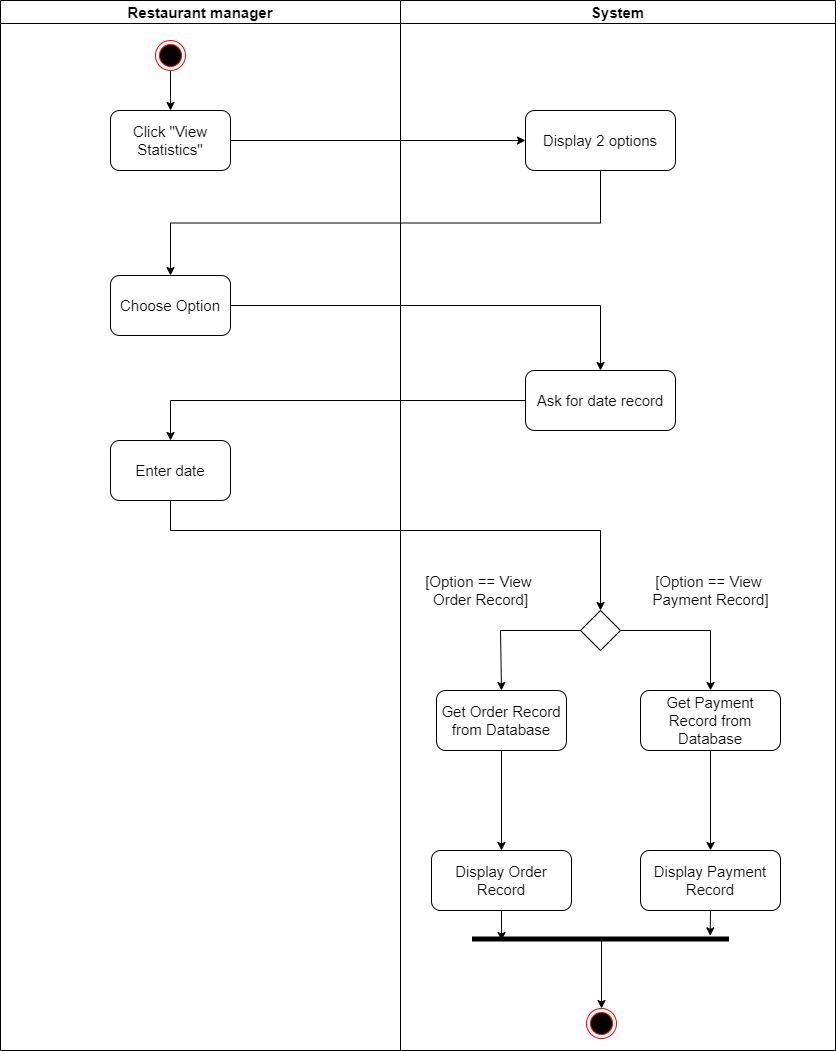
phuc16/CNPM keeps this draw.io diagram as Task 2/Task 2.1/View-statistic Activity.png. Above is the earlier version. Source tidied: cells renumbered, new cells last; positions are measured from the earlier drawing's top-left corner, leaving out a move shared by most shapes. Source of this version:
```xml
<mxGraphModel>
  <root>
    <mxCell id="0" />
    <mxCell id="1" parent="0" />
    <mxCell id="2" value="System" style="swimlane;fontSize=15;" parent="1" vertex="1">
      <mxGeometry x="400" width="435" height="1050" as="geometry" />
    </mxCell>
    <mxCell id="3" value="Display 2 options" style="rounded=1;whiteSpace=wrap;html=1;fontSize=15;" parent="2" vertex="1">
      <mxGeometry x="125" y="110" width="150" height="60" as="geometry" />
    </mxCell>
    <mxCell id="4" value="Ask for date record" style="rounded=1;whiteSpace=wrap;html=1;fontSize=15;" parent="2" vertex="1">
      <mxGeometry x="125" y="370" width="150" height="60" as="geometry" />
    </mxCell>
    <mxCell id="5" style="edgeStyle=orthogonalEdgeStyle;rounded=0;jettySize=auto;html=1;exitX=0.5;exitY=1;exitDx=0;exitDy=0;fontSize=15;" parent="2" edge="1" source="6" target="18">
      <mxGeometry relative="1" as="geometry" />
    </mxCell>
    <mxCell id="6" value="Get Order Record from Database" style="rounded=1;whiteSpace=wrap;html=1;fontSize=15;" parent="2" vertex="1">
      <mxGeometry x="36" y="690" width="130" height="60" as="geometry" />
    </mxCell>
    <mxCell id="7" style="edgeStyle=orthogonalEdgeStyle;rounded=0;jettySize=auto;html=1;exitX=0.5;exitY=1;exitDx=0;exitDy=0;fontSize=15;" parent="2" edge="1" source="8" target="16">
      <mxGeometry relative="1" as="geometry" />
    </mxCell>
    <mxCell id="8" value="Get Payment Record from Database" style="rounded=1;whiteSpace=wrap;html=1;fontSize=15;" parent="2" vertex="1">
      <mxGeometry x="240" y="690" width="140" height="60" as="geometry" />
    </mxCell>
    <mxCell id="9" style="ellipse;html=1;shape=endState;fillColor=#000000;strokeColor=#ff0000;fontSize=15;" parent="2" vertex="1">
      <mxGeometry x="186" y="1008" width="30" height="30" as="geometry" />
    </mxCell>
    <mxCell id="10" style="rhombus;whiteSpace=wrap;html=1;fontSize=15;" parent="2" vertex="1">
      <mxGeometry x="180" y="610" width="40" height="40" as="geometry" />
    </mxCell>
    <mxCell id="11" style="endArrow=classic;html=1;rounded=0;entryX=0.5;entryY=0;entryDx=0;entryDy=0;exitX=0;exitY=0.5;exitDx=0;exitDy=0;fontSize=15;" parent="2" edge="1" source="10" target="6">
      <mxGeometry relative="1" as="geometry">
        <Array as="points">
          <mxPoint x="100" y="630" />
        </Array>
      </mxGeometry>
    </mxCell>
    <mxCell id="12" style="endArrow=classic;html=1;rounded=0;entryX=0.5;entryY=0;entryDx=0;entryDy=0;exitX=1;exitY=0.5;exitDx=0;exitDy=0;fontSize=15;" parent="2" edge="1" source="10" target="8">
      <mxGeometry relative="1" as="geometry">
        <Array as="points">
          <mxPoint x="310" y="630" />
        </Array>
      </mxGeometry>
    </mxCell>
    <mxCell id="13" value="[Option == View &lt;br style=&quot;font-size: 15px;&quot;&gt;Order Record]" style="text;html=1;align=center;verticalAlign=middle;strokeColor=none;fillColor=none;fontSize=15;" parent="2" vertex="1">
      <mxGeometry x="20" y="570" width="120" height="40" as="geometry" />
    </mxCell>
    <mxCell id="14" value="[Option == View &lt;br style=&quot;font-size: 15px;&quot;&gt;Payment Record]" style="text;html=1;align=center;verticalAlign=middle;strokeColor=none;fillColor=none;fontSize=15;" parent="2" vertex="1">
      <mxGeometry x="245" y="570" width="130" height="40" as="geometry" />
    </mxCell>
    <mxCell id="15" style="edgeStyle=orthogonalEdgeStyle;rounded=0;jettySize=auto;html=1;exitX=0.5;exitY=1;exitDx=0;exitDy=0;entryX=-0.131;entryY=0.073;entryDx=0;entryDy=0;entryPerimeter=0;fontSize=15;" parent="2" edge="1" source="16" target="19">
      <mxGeometry relative="1" as="geometry" />
    </mxCell>
    <mxCell id="16" value="Display Payment Record" style="rounded=1;whiteSpace=wrap;html=1;fontSize=15;" parent="2" vertex="1">
      <mxGeometry x="240" y="850" width="140" height="60" as="geometry" />
    </mxCell>
    <mxCell id="17" style="edgeStyle=orthogonalEdgeStyle;rounded=0;jettySize=auto;html=1;exitX=0.5;exitY=1;exitDx=0;exitDy=0;entryX=0.8;entryY=0.885;entryDx=0;entryDy=0;entryPerimeter=0;fontSize=15;" parent="2" edge="1" source="18" target="19">
      <mxGeometry relative="1" as="geometry" />
    </mxCell>
    <mxCell id="18" value="Display Order Record" style="rounded=1;whiteSpace=wrap;html=1;fontSize=15;" parent="2" vertex="1">
      <mxGeometry x="31" y="850" width="140" height="60" as="geometry" />
    </mxCell>
    <mxCell id="19" style="html=1;points=[];perimeter=orthogonalPerimeter;fillColor=#000000;strokeColor=none;rotation=90;" parent="2" vertex="1">
      <mxGeometry x="197.5" y="810" width="5" height="257" as="geometry" />
    </mxCell>
    <mxCell id="20" style="endArrow=classic;html=1;rounded=0;fontSize=15;exitX=0.899;exitY=0.496;exitDx=0;exitDy=0;exitPerimeter=0;entryX=0.5;entryY=0;entryDx=0;entryDy=0;" parent="2" edge="1" source="19" target="9">
      <mxGeometry relative="1" as="geometry" />
    </mxCell>
    <mxCell id="21" value="Restaurant manager" style="swimlane;fontSize=15;" parent="1" vertex="1">
      <mxGeometry width="400" height="1050" as="geometry" />
    </mxCell>
    <mxCell id="22" value="Click &quot;View Statistics&quot;" style="rounded=1;whiteSpace=wrap;html=1;fontSize=15;" parent="21" vertex="1">
      <mxGeometry x="110" y="110" width="120" height="60" as="geometry" />
    </mxCell>
    <mxCell id="23" value="Choose Option" style="rounded=1;whiteSpace=wrap;html=1;fontSize=15;" parent="21" vertex="1">
      <mxGeometry x="110" y="275" width="120" height="60" as="geometry" />
    </mxCell>
    <mxCell id="24" style="edgeStyle=orthogonalEdgeStyle;rounded=0;jettySize=auto;html=1;exitX=0.5;exitY=1;exitDx=0;exitDy=0;fontSize=15;" parent="21" edge="1" source="25" target="22">
      <mxGeometry relative="1" as="geometry" />
    </mxCell>
    <mxCell id="25" style="ellipse;html=1;shape=endState;fillColor=#000000;strokeColor=#ff0000;fontSize=15;" parent="21" vertex="1">
      <mxGeometry x="155" y="40" width="30" height="30" as="geometry" />
    </mxCell>
    <mxCell id="26" value="Enter date" style="rounded=1;whiteSpace=wrap;html=1;fontSize=15;" parent="21" vertex="1">
      <mxGeometry x="110" y="440" width="120" height="60" as="geometry" />
    </mxCell>
    <mxCell id="27" style="endArrow=classic;html=1;exitX=1;exitY=0.5;exitDx=0;exitDy=0;entryX=0;entryY=0.5;entryDx=0;entryDy=0;fontSize=15;" parent="1" edge="1" source="22" target="3">
      <mxGeometry relative="1" as="geometry" />
    </mxCell>
    <mxCell id="28" style="edgeStyle=orthogonalEdgeStyle;rounded=0;jettySize=auto;html=1;entryX=0.5;entryY=0;entryDx=0;entryDy=0;fontSize=15;" parent="1" edge="1" source="23" target="4">
      <mxGeometry relative="1" as="geometry" />
    </mxCell>
    <mxCell id="29" style="edgeStyle=orthogonalEdgeStyle;rounded=0;jettySize=auto;html=1;exitX=0.5;exitY=1;exitDx=0;exitDy=0;entryX=0.5;entryY=0;entryDx=0;entryDy=0;fontSize=15;" parent="1" edge="1" source="3" target="23">
      <mxGeometry relative="1" as="geometry" />
    </mxCell>
    <mxCell id="30" style="edgeStyle=orthogonalEdgeStyle;rounded=0;jettySize=auto;html=1;fontSize=15;" parent="1" edge="1" source="4" target="26">
      <mxGeometry relative="1" as="geometry" />
    </mxCell>
    <mxCell id="31" style="edgeStyle=orthogonalEdgeStyle;rounded=0;jettySize=auto;html=1;exitX=0.5;exitY=1;exitDx=0;exitDy=0;entryX=0.5;entryY=0;entryDx=0;entryDy=0;fontSize=15;" parent="1" edge="1" source="26" target="10">
      <mxGeometry relative="1" as="geometry">
        <Array as="points">
          <mxPoint x="170" y="530" />
          <mxPoint x="600" y="530" />
        </Array>
      </mxGeometry>
    </mxCell>
  </root>
</mxGraphModel>
```
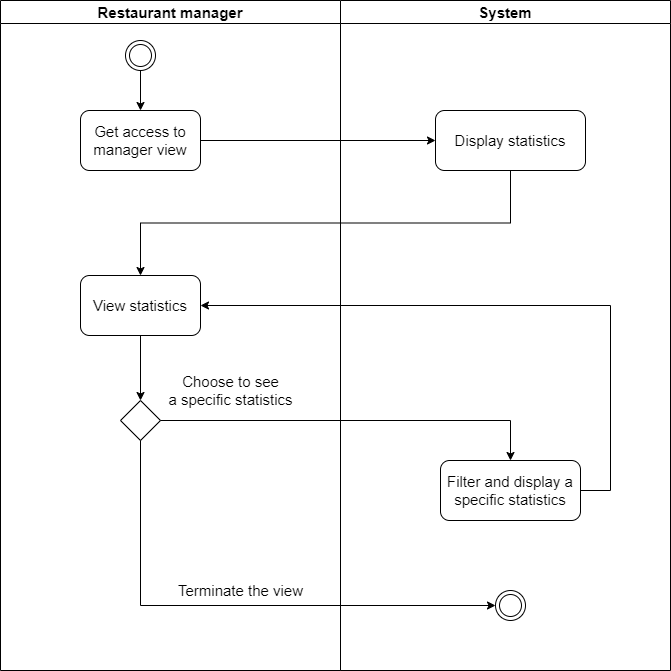
After the change.

The edit, as a diff of the source:
```diff
@@ -3,107 +3,67 @@
     <mxCell id="0" />
     <mxCell id="1" parent="0" />
     <mxCell id="2" value="System" style="swimlane;fontSize=15;" parent="1" vertex="1">
-      <mxGeometry x="400" width="435" height="1050" as="geometry" />
+      <mxGeometry x="430" y="-50" width="330" height="670" as="geometry" />
     </mxCell>
-    <mxCell id="3" value="Display 2 options" style="rounded=1;whiteSpace=wrap;html=1;fontSize=15;" parent="2" vertex="1">
-      <mxGeometry x="125" y="110" width="150" height="60" as="geometry" />
+    <mxCell id="3" value="Display statistics" style="rounded=1;whiteSpace=wrap;html=1;fontSize=15;" parent="2" vertex="1">
+      <mxGeometry x="95" y="110" width="150" height="60" as="geometry" />
     </mxCell>
-    <mxCell id="4" value="Ask for date record" style="rounded=1;whiteSpace=wrap;html=1;fontSize=15;" parent="2" vertex="1">
-      <mxGeometry x="125" y="370" width="150" height="60" as="geometry" />
-    </mxCell>
-    <mxCell id="5" style="edgeStyle=orthogonalEdgeStyle;rounded=0;jettySize=auto;html=1;exitX=0.5;exitY=1;exitDx=0;exitDy=0;fontSize=15;" parent="2" edge="1" source="6" target="18">
-      <mxGeometry relative="1" as="geometry" />
-    </mxCell>
-    <mxCell id="6" value="Get Order Record from Database" style="rounded=1;whiteSpace=wrap;html=1;fontSize=15;" parent="2" vertex="1">
-      <mxGeometry x="36" y="690" width="130" height="60" as="geometry" />
-    </mxCell>
-    <mxCell id="7" style="edgeStyle=orthogonalEdgeStyle;rounded=0;jettySize=auto;html=1;exitX=0.5;exitY=1;exitDx=0;exitDy=0;fontSize=15;" parent="2" edge="1" source="8" target="16">
-      <mxGeometry relative="1" as="geometry" />
-    </mxCell>
-    <mxCell id="8" value="Get Payment Record from Database" style="rounded=1;whiteSpace=wrap;html=1;fontSize=15;" parent="2" vertex="1">
-      <mxGeometry x="240" y="690" width="140" height="60" as="geometry" />
-    </mxCell>
-    <mxCell id="9" style="ellipse;html=1;shape=endState;fillColor=#000000;strokeColor=#ff0000;fontSize=15;" parent="2" vertex="1">
-      <mxGeometry x="186" y="1008" width="30" height="30" as="geometry" />
+    <mxCell id="9" style="ellipse;html=1;shape=endState;fontSize=15;" parent="2" vertex="1">
+      <mxGeometry x="155" y="590" width="30" height="30" as="geometry" />
     </mxCell>
-    <mxCell id="10" style="rhombus;whiteSpace=wrap;html=1;fontSize=15;" parent="2" vertex="1">
-      <mxGeometry x="180" y="610" width="40" height="40" as="geometry" />
-    </mxCell>
-    <mxCell id="11" style="endArrow=classic;html=1;rounded=0;entryX=0.5;entryY=0;entryDx=0;entryDy=0;exitX=0;exitY=0.5;exitDx=0;exitDy=0;fontSize=15;" parent="2" edge="1" source="10" target="6">
-      <mxGeometry relative="1" as="geometry">
-        <Array as="points">
-          <mxPoint x="100" y="630" />
-        </Array>
-      </mxGeometry>
-    </mxCell>
-    <mxCell id="12" style="endArrow=classic;html=1;rounded=0;entryX=0.5;entryY=0;entryDx=0;entryDy=0;exitX=1;exitY=0.5;exitDx=0;exitDy=0;fontSize=15;" parent="2" edge="1" source="10" target="8">
-      <mxGeometry relative="1" as="geometry">
-        <Array as="points">
-          <mxPoint x="310" y="630" />
-        </Array>
-      </mxGeometry>
-    </mxCell>
-    <mxCell id="13" value="[Option == View &lt;br style=&quot;font-size: 15px;&quot;&gt;Order Record]" style="text;html=1;align=center;verticalAlign=middle;strokeColor=none;fillColor=none;fontSize=15;" parent="2" vertex="1">
-      <mxGeometry x="20" y="570" width="120" height="40" as="geometry" />
-    </mxCell>
-    <mxCell id="14" value="[Option == View &lt;br style=&quot;font-size: 15px;&quot;&gt;Payment Record]" style="text;html=1;align=center;verticalAlign=middle;strokeColor=none;fillColor=none;fontSize=15;" parent="2" vertex="1">
-      <mxGeometry x="245" y="570" width="130" height="40" as="geometry" />
-    </mxCell>
-    <mxCell id="15" style="edgeStyle=orthogonalEdgeStyle;rounded=0;jettySize=auto;html=1;exitX=0.5;exitY=1;exitDx=0;exitDy=0;entryX=-0.131;entryY=0.073;entryDx=0;entryDy=0;entryPerimeter=0;fontSize=15;" parent="2" edge="1" source="16" target="19">
-      <mxGeometry relative="1" as="geometry" />
-    </mxCell>
-    <mxCell id="16" value="Display Payment Record" style="rounded=1;whiteSpace=wrap;html=1;fontSize=15;" parent="2" vertex="1">
-      <mxGeometry x="240" y="850" width="140" height="60" as="geometry" />
+    <mxCell id="16" value="Filter and display a specific statistics" style="rounded=1;whiteSpace=wrap;html=1;fontSize=15;" parent="2" vertex="1">
+      <mxGeometry x="100" y="460" width="140" height="60" as="geometry" />
     </mxCell>
-    <mxCell id="17" style="edgeStyle=orthogonalEdgeStyle;rounded=0;jettySize=auto;html=1;exitX=0.5;exitY=1;exitDx=0;exitDy=0;entryX=0.8;entryY=0.885;entryDx=0;entryDy=0;entryPerimeter=0;fontSize=15;" parent="2" edge="1" source="18" target="19">
-      <mxGeometry relative="1" as="geometry" />
-    </mxCell>
-    <mxCell id="18" value="Display Order Record" style="rounded=1;whiteSpace=wrap;html=1;fontSize=15;" parent="2" vertex="1">
-      <mxGeometry x="31" y="850" width="140" height="60" as="geometry" />
-    </mxCell>
-    <mxCell id="19" style="html=1;points=[];perimeter=orthogonalPerimeter;fillColor=#000000;strokeColor=none;rotation=90;" parent="2" vertex="1">
-      <mxGeometry x="197.5" y="810" width="5" height="257" as="geometry" />
-    </mxCell>
-    <mxCell id="20" style="endArrow=classic;html=1;rounded=0;fontSize=15;exitX=0.899;exitY=0.496;exitDx=0;exitDy=0;exitPerimeter=0;entryX=0.5;entryY=0;entryDx=0;entryDy=0;" parent="2" edge="1" source="19" target="9">
-      <mxGeometry relative="1" as="geometry" />
-    </mxCell>
     <mxCell id="21" value="Restaurant manager" style="swimlane;fontSize=15;" parent="1" vertex="1">
-      <mxGeometry width="400" height="1050" as="geometry" />
+      <mxGeometry x="90" y="-50" width="340" height="670" as="geometry" />
     </mxCell>
-    <mxCell id="22" value="Click &quot;View Statistics&quot;" style="rounded=1;whiteSpace=wrap;html=1;fontSize=15;" parent="21" vertex="1">
-      <mxGeometry x="110" y="110" width="120" height="60" as="geometry" />
+    <mxCell id="22" value="Get access to manager view" style="rounded=1;whiteSpace=wrap;html=1;fontSize=15;" parent="21" vertex="1">
+      <mxGeometry x="80" y="110" width="120" height="60" as="geometry" />
     </mxCell>
-    <mxCell id="23" value="Choose Option" style="rounded=1;whiteSpace=wrap;html=1;fontSize=15;" parent="21" vertex="1">
-      <mxGeometry x="110" y="275" width="120" height="60" as="geometry" />
+    <mxCell id="23" value="View statistics" style="rounded=1;whiteSpace=wrap;html=1;fontSize=15;" parent="21" vertex="1">
+      <mxGeometry x="80" y="275" width="120" height="60" as="geometry" />
     </mxCell>
-    <mxCell id="24" style="edgeStyle=orthogonalEdgeStyle;rounded=0;jettySize=auto;html=1;exitX=0.5;exitY=1;exitDx=0;exitDy=0;fontSize=15;" parent="21" edge="1" source="25" target="22">
+    <mxCell id="24" style="edgeStyle=orthogonalEdgeStyle;rounded=0;jettySize=auto;html=1;exitX=0.5;exitY=1;exitDx=0;exitDy=0;fontSize=15;startArrow=none;" parent="21" edge="1" source="25" target="22">
       <mxGeometry relative="1" as="geometry" />
     </mxCell>
+    <mxCell id="32" style="rhombus;whiteSpace=wrap;html=1;fontSize=15;" parent="21" vertex="1">
+      <mxGeometry x="120" y="400" width="40" height="40" as="geometry" />
+    </mxCell>
+    <mxCell id="13" value="Choose to see&lt;br&gt;a specific statistics" style="text;html=1;align=center;verticalAlign=middle;strokeColor=none;fillColor=none;fontSize=15;" parent="21" vertex="1">
+      <mxGeometry x="160" y="370" width="140" height="40" as="geometry" />
+    </mxCell>
+    <mxCell id="14" value="Terminate the view" style="text;html=1;align=center;verticalAlign=middle;strokeColor=none;fillColor=none;fontSize=15;" parent="21" vertex="1">
+      <mxGeometry x="170" y="580" width="140" height="20" as="geometry" />
+    </mxCell>
+    <mxCell id="33" style="edgeStyle=orthogonalEdgeStyle;rounded=0;sketch=0;jettySize=auto;html=1;entryX=0.5;entryY=0;entryDx=0;entryDy=0;" parent="21" edge="1" source="23" target="32">
+      <mxGeometry relative="1" as="geometry" />
+    </mxCell>
-    <mxCell id="25" style="ellipse;html=1;shape=endState;fillColor=#000000;strokeColor=#ff0000;fontSize=15;" parent="21" vertex="1">
-      <mxGeometry x="155" y="40" width="30" height="30" as="geometry" />
+    <mxCell id="25" style="ellipse;html=1;shape=endState;fontSize=15;" parent="21" vertex="1">
+      <mxGeometry x="125" y="40" width="30" height="30" as="geometry" />
     </mxCell>
-    <mxCell id="26" value="Enter date" style="rounded=1;whiteSpace=wrap;html=1;fontSize=15;" parent="21" vertex="1">
-      <mxGeometry x="110" y="440" width="120" height="60" as="geometry" />
-    </mxCell>
+    <mxCell id="29" style="edgeStyle=orthogonalEdgeStyle;rounded=0;jettySize=auto;html=1;exitX=0.5;exitY=1;exitDx=0;exitDy=0;entryX=0.5;entryY=0;entryDx=0;entryDy=0;fontSize=15;" parent="1" edge="1" source="3" target="23">
+      <mxGeometry relative="1" as="geometry" />
+    </mxCell>
+    <mxCell id="34" style="edgeStyle=orthogonalEdgeStyle;rounded=0;sketch=0;jettySize=auto;html=1;entryX=0.5;entryY=0;entryDx=0;entryDy=0;" parent="1" edge="1" source="32" target="16">
+      <mxGeometry relative="1" as="geometry" />
+    </mxCell>
+    <mxCell id="35" style="edgeStyle=orthogonalEdgeStyle;rounded=0;sketch=0;jettySize=auto;html=1;entryX=1;entryY=0.5;entryDx=0;entryDy=0;" parent="1" edge="1" source="16" target="23">
+      <mxGeometry relative="1" as="geometry">
+        <Array as="points">
+          <mxPoint x="700" y="440" />
+          <mxPoint x="700" y="255" />
+        </Array>
+      </mxGeometry>
+    </mxCell>
-    <mxCell id="27" style="endArrow=classic;html=1;exitX=1;exitY=0.5;exitDx=0;exitDy=0;entryX=0;entryY=0.5;entryDx=0;entryDy=0;fontSize=15;" parent="1" edge="1" source="22" target="3">
+    <mxCell id="27" style="edgeStyle=orthogonalEdgeStyle;rounded=0;sketch=0;jettySize=auto;html=1;entryX=0;entryY=0.5;entryDx=0;entryDy=0;" parent="1" edge="1" source="22" target="3">
       <mxGeometry relative="1" as="geometry" />
     </mxCell>
-    <mxCell id="28" style="edgeStyle=orthogonalEdgeStyle;rounded=0;jettySize=auto;html=1;entryX=0.5;entryY=0;entryDx=0;entryDy=0;fontSize=15;" parent="1" edge="1" source="23" target="4">
-      <mxGeometry relative="1" as="geometry" />
-    </mxCell>
-    <mxCell id="29" style="edgeStyle=orthogonalEdgeStyle;rounded=0;jettySize=auto;html=1;exitX=0.5;exitY=1;exitDx=0;exitDy=0;entryX=0.5;entryY=0;entryDx=0;entryDy=0;fontSize=15;" parent="1" edge="1" source="3" target="23">
-      <mxGeometry relative="1" as="geometry" />
-    </mxCell>
-    <mxCell id="30" style="edgeStyle=orthogonalEdgeStyle;rounded=0;jettySize=auto;html=1;fontSize=15;" parent="1" edge="1" source="4" target="26">
-      <mxGeometry relative="1" as="geometry" />
-    </mxCell>
-    <mxCell id="31" style="edgeStyle=orthogonalEdgeStyle;rounded=0;jettySize=auto;html=1;exitX=0.5;exitY=1;exitDx=0;exitDy=0;entryX=0.5;entryY=0;entryDx=0;entryDy=0;fontSize=15;" parent="1" edge="1" source="26" target="10">
-      <mxGeometry relative="1" as="geometry">
-        <Array as="points">
-          <mxPoint x="170" y="530" />
-          <mxPoint x="600" y="530" />
-        </Array>
-      </mxGeometry>
-    </mxCell>
+    <mxCell id="36" style="edgeStyle=orthogonalEdgeStyle;rounded=0;sketch=0;jettySize=auto;html=1;entryX=0;entryY=0.5;entryDx=0;entryDy=0;" parent="1" edge="1" source="32" target="9">
+      <mxGeometry relative="1" as="geometry">
+        <Array as="points">
+          <mxPoint x="230" y="555" />
+        </Array>
+      </mxGeometry>
+    </mxCell>
   </root>
 </mxGraphModel>
```
